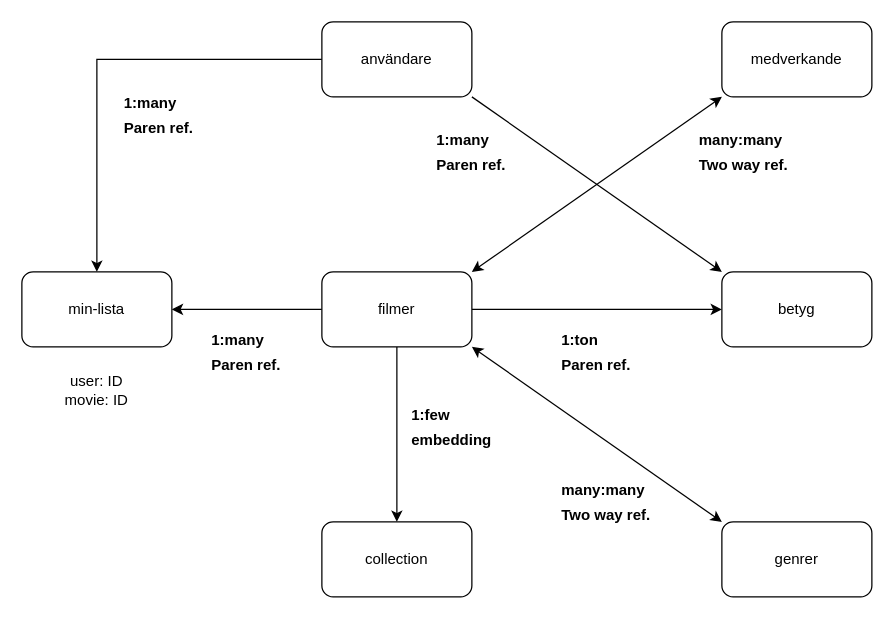
Above: data/Namnlöst diagram.drawio in AbbeM/abbeflix (draw.io), before the change. Source tidied: cells renumbered, new cells numbered last; positions are measured from the earlier drawing's top-left corner, leaving out a move shared by most shapes. Both pictures are drawn from the tidied source at 125%, with x=0, y=0 at pixel (21, 21).
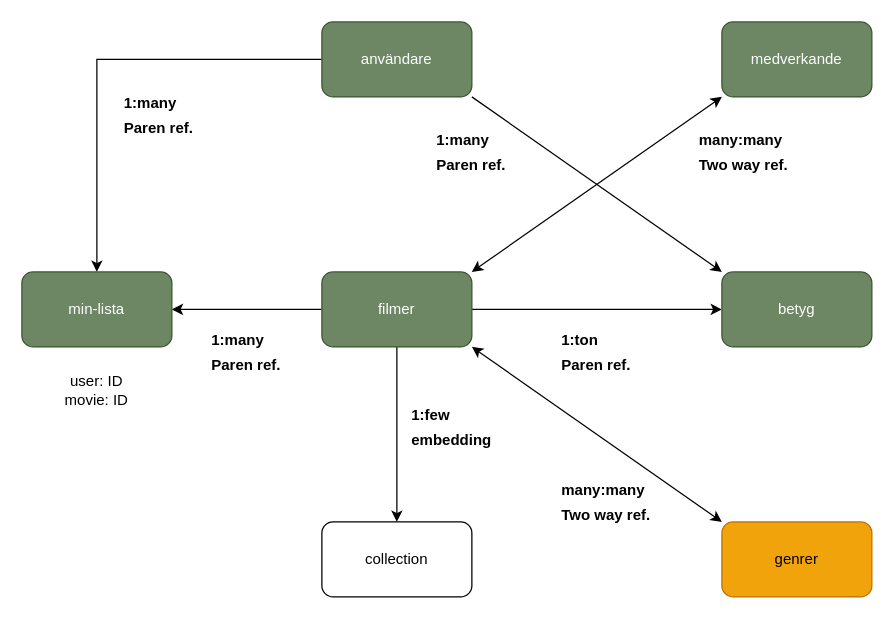
After the change.

Diff of the diagram source:
```diff
@@
-    <mxCell id="2" value="medverkande" style="rounded=1;whiteSpace=wrap;html=1;" parent="1" vertex="1">
+    <mxCell id="2" value="medverkande" style="rounded=1;whiteSpace=wrap;html=1;fillColor=#6d8764;fontColor=#ffffff;strokeColor=#3A5431;" parent="1" vertex="1">
       <mxGeometry x="560" width="120" height="60" as="geometry" />
     </mxCell>
@@
-    <mxCell id="4" value="användare" style="rounded=1;whiteSpace=wrap;html=1;" parent="1" vertex="1">
+    <mxCell id="4" value="användare" style="rounded=1;whiteSpace=wrap;html=1;fillColor=#6d8764;fontColor=#ffffff;strokeColor=#3A5431;" parent="1" vertex="1">
       <mxGeometry x="240" width="120" height="60" as="geometry" />
     </mxCell>
@@
-    <mxCell id="8" value="filmer" style="rounded=1;whiteSpace=wrap;html=1;" parent="1" vertex="1">
+    <mxCell id="8" value="filmer" style="rounded=1;whiteSpace=wrap;html=1;fillColor=#6d8764;fontColor=#ffffff;strokeColor=#3A5431;" parent="1" vertex="1">
       <mxGeometry x="240" y="200" width="120" height="60" as="geometry" />
     </mxCell>
-    <mxCell id="9" value="betyg" style="rounded=1;whiteSpace=wrap;html=1;" parent="1" vertex="1">
+    <mxCell id="9" value="betyg" style="rounded=1;whiteSpace=wrap;html=1;fillColor=#6d8764;fontColor=#ffffff;strokeColor=#3A5431;" parent="1" vertex="1">
       <mxGeometry x="560" y="200" width="120" height="60" as="geometry" />
     </mxCell>
-    <mxCell id="10" value="min-lista" style="rounded=1;whiteSpace=wrap;html=1;" parent="1" vertex="1">
+    <mxCell id="10" value="min-lista" style="rounded=1;whiteSpace=wrap;html=1;fillColor=#6d8764;fontColor=#ffffff;strokeColor=#3A5431;" parent="1" vertex="1">
       <mxGeometry y="200" width="120" height="60" as="geometry" />
     </mxCell>
-    <mxCell id="11" value="genrer" style="rounded=1;whiteSpace=wrap;html=1;" parent="1" vertex="1">
+    <mxCell id="11" value="genrer" style="rounded=1;whiteSpace=wrap;html=1;fillColor=#f0a30a;fontColor=#000000;strokeColor=#BD7000;" parent="1" vertex="1">
       <mxGeometry x="560" y="400" width="120" height="60" as="geometry" />
     </mxCell>
```
